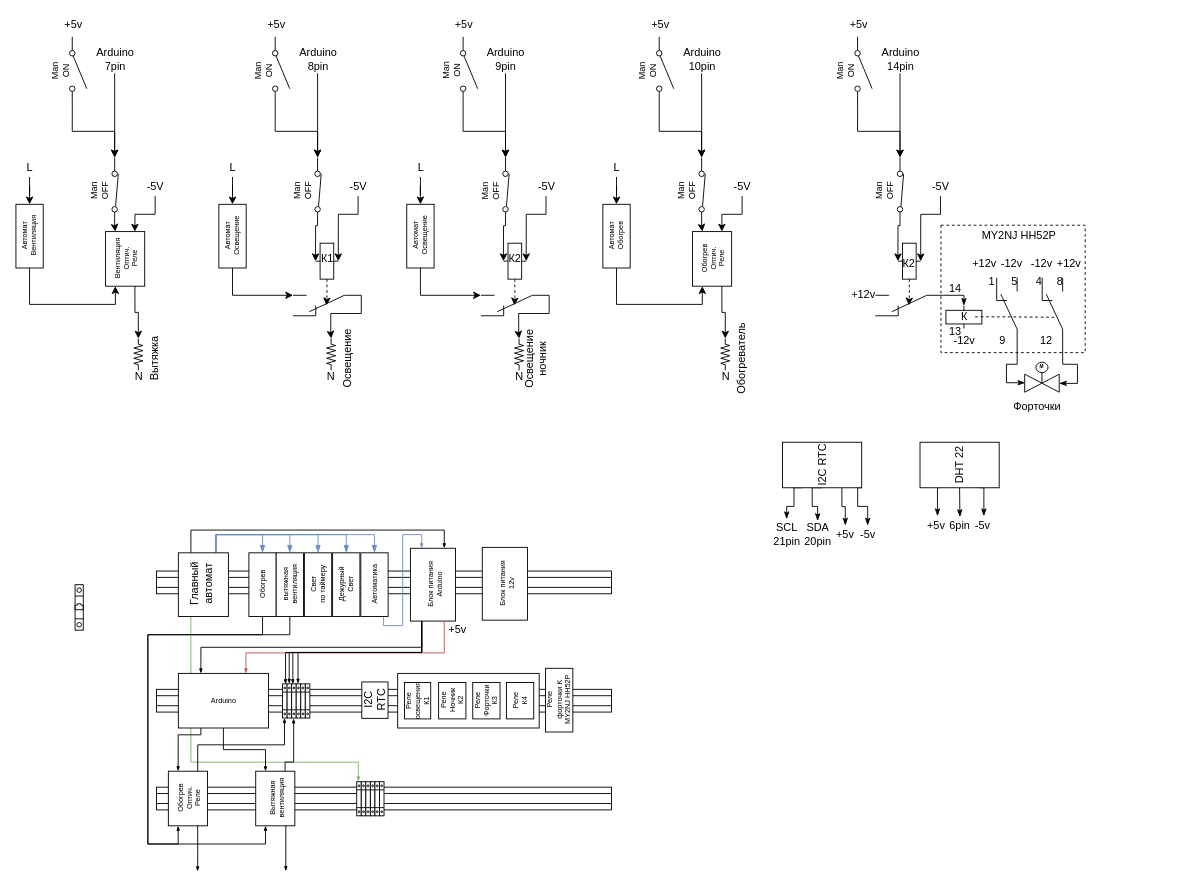
Before: Курятник.drawio in Johnystu/draw_io, a draw.io diagram. Source tidied: cells renumbered, new cells numbered last; positions are measured from the earlier drawing's top-left corner, leaving out a move shared by most shapes. Both pictures are drawn from the tidied source at 91%, with x=0, y=0 at pixel (2, 15).
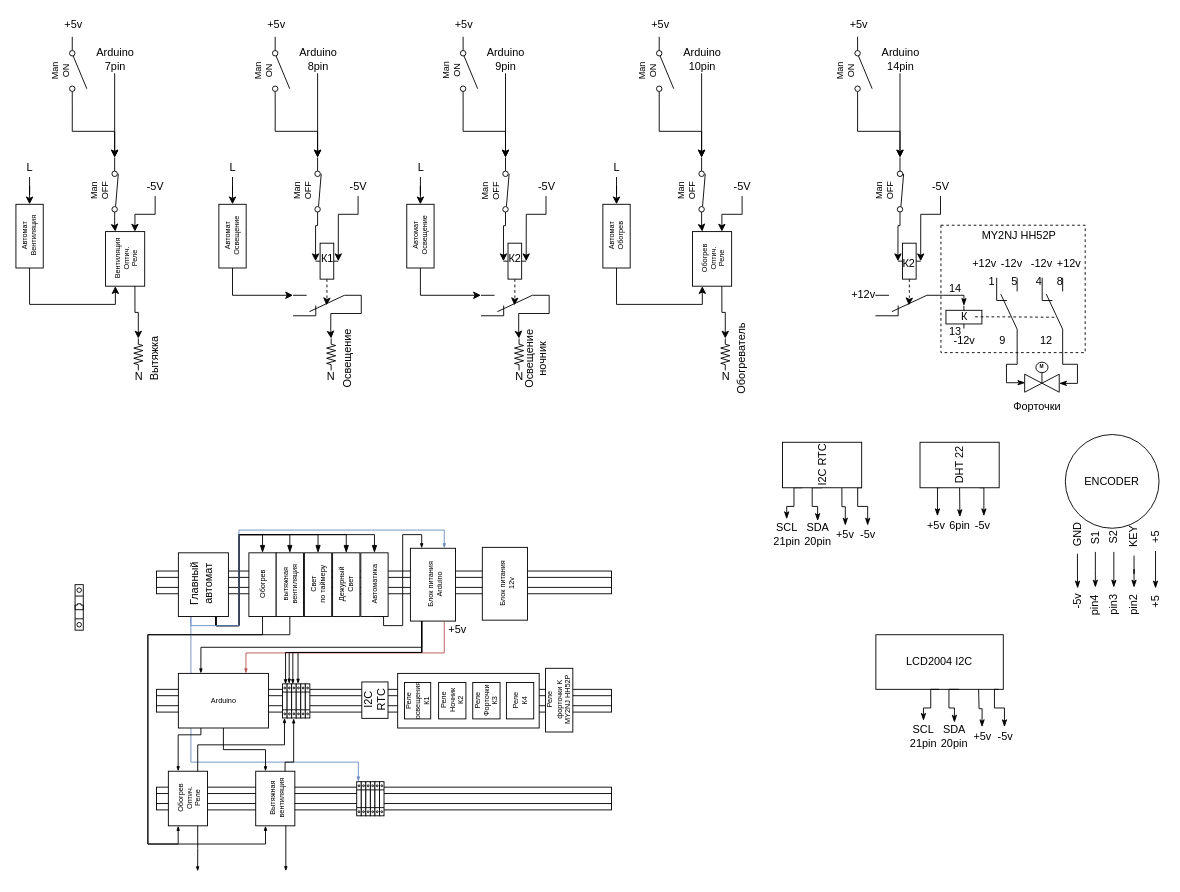
The same diagram, later.

Unchanged cells that the change refers to:
```xml
<mxCell id="6" style="rounded=0;whiteSpace=wrap;html=1;" parent="1" vertex="1">
  <mxGeometry x="271" y="590" width="30" height="70" as="geometry" />
</mxCell>
<mxCell id="15" style="rounded=0;whiteSpace=wrap;html=1;" parent="1" vertex="1">
  <mxGeometry x="193.5" y="590" width="55" height="70" as="geometry" />
</mxCell>
<mxCell id="17" style="rounded=0;whiteSpace=wrap;html=1;" parent="1" vertex="1">
  <mxGeometry x="332" y="590" width="30" height="70" as="geometry" />
</mxCell>
<mxCell id="20" style="rounded=0;whiteSpace=wrap;html=1;" parent="1" vertex="1">
  <mxGeometry x="301" y="590" width="30" height="70" as="geometry" />
</mxCell>
<mxCell id="22" style="rounded=0;whiteSpace=wrap;html=1;" parent="1" vertex="1">
  <mxGeometry x="363" y="590" width="30" height="70" as="geometry" />
</mxCell>
<mxCell id="29" style="rounded=0;whiteSpace=wrap;html=1;" parent="1" vertex="1">
  <mxGeometry x="394" y="590" width="30" height="70" as="geometry" />
</mxCell>
<mxCell id="32" style="rounded=0;whiteSpace=wrap;html=1;" parent="31" vertex="1">
  <mxGeometry x="7.5" width="49.6" height="80" as="geometry" />
</mxCell>
<mxCell id="51" style="verticalLabelPosition=bottom;dashed=0;shadow=0;html=1;align=center;verticalAlign=top;shape=mxgraph.cabinets.terminal_6_25mm2;fontSize=8;" parent="1" vertex="1">
  <mxGeometry x="389.5" y="841.5" width="5" height="37.5" as="geometry" />
</mxCell>
```

The edit, as a diff of the source:
```diff
@@
-    <mxCell id="8" style="edgeStyle=orthogonalEdgeStyle;rounded=0;jettySize=auto;html=1;exitX=0.75;exitY=0;exitDx=0;exitDy=0;endArrow=blockThin;endFill=1;entryX=0.5;entryY=0;entryDx=0;entryDy=0;fillColor=#dae8fc;strokeColor=#6c8ebf;" parent="1" edge="1" source="15" target="6">
+    <mxCell id="8" style="edgeStyle=orthogonalEdgeStyle;rounded=0;jettySize=auto;html=1;exitX=0.75;exitY=1;exitDx=0;exitDy=0;endArrow=blockThin;endFill=1;entryX=0.5;entryY=0;entryDx=0;entryDy=0;fillColor=#dae8fc;strokeColor=#000000;" parent="1" edge="1" source="15" target="6">
       <mxGeometry relative="1" as="geometry">
         <Array as="points">
-          <mxPoint x="235" y="570" />
+          <mxPoint x="235" y="670" />
+          <mxPoint x="260" y="670" />
+          <mxPoint x="260" y="570" />
           <mxPoint x="286" y="570" />
         </Array>
       </mxGeometry>
     </mxCell>
-    <mxCell id="9" style="edgeStyle=orthogonalEdgeStyle;rounded=0;jettySize=auto;html=1;exitX=0.75;exitY=0;exitDx=0;exitDy=0;entryX=0.5;entryY=0;entryDx=0;entryDy=0;endArrow=blockThin;endFill=1;fontSize=8;fillColor=#dae8fc;strokeColor=#6c8ebf;" parent="1" edge="1" source="15" target="20">
-      <mxGeometry relative="1" as="geometry" />
+    <mxCell id="9" style="edgeStyle=orthogonalEdgeStyle;rounded=0;jettySize=auto;html=1;exitX=0.75;exitY=1;exitDx=0;exitDy=0;entryX=0.5;entryY=0;entryDx=0;entryDy=0;endArrow=blockThin;endFill=1;fontSize=8;fillColor=#dae8fc;strokeColor=#000000;" parent="1" edge="1" source="15" target="20">
+      <mxGeometry relative="1" as="geometry">
+        <Array as="points">
+          <mxPoint x="235" y="670" />
+          <mxPoint x="260" y="670" />
+          <mxPoint x="260" y="570" />
+          <mxPoint x="316" y="570" />
+        </Array>
+      </mxGeometry>
     </mxCell>
-    <mxCell id="10" style="edgeStyle=orthogonalEdgeStyle;rounded=0;jettySize=auto;html=1;exitX=0.75;exitY=0;exitDx=0;exitDy=0;entryX=0.5;entryY=0;entryDx=0;entryDy=0;endArrow=blockThin;endFill=1;fontSize=8;fillColor=#dae8fc;strokeColor=#6c8ebf;" parent="1" edge="1" source="15" target="17">
-      <mxGeometry relative="1" as="geometry" />
+    <mxCell id="10" style="edgeStyle=orthogonalEdgeStyle;rounded=0;jettySize=auto;html=1;exitX=0.75;exitY=1;exitDx=0;exitDy=0;entryX=0.5;entryY=0;entryDx=0;entryDy=0;endArrow=blockThin;endFill=1;fontSize=8;fillColor=#dae8fc;strokeColor=#000000;" parent="1" edge="1" source="15" target="17">
+      <mxGeometry relative="1" as="geometry">
+        <Array as="points">
+          <mxPoint x="235" y="670" />
+          <mxPoint x="260" y="670" />
+          <mxPoint x="260" y="570" />
+          <mxPoint x="347" y="570" />
+        </Array>
+      </mxGeometry>
     </mxCell>
-    <mxCell id="11" style="edgeStyle=orthogonalEdgeStyle;rounded=0;jettySize=auto;html=1;exitX=0.75;exitY=0;exitDx=0;exitDy=0;entryX=0.5;entryY=0;entryDx=0;entryDy=0;endArrow=blockThin;endFill=1;fontSize=8;fillColor=#dae8fc;strokeColor=#6c8ebf;" parent="1" edge="1" source="15" target="22">
-      <mxGeometry relative="1" as="geometry" />
+    <mxCell id="11" style="edgeStyle=orthogonalEdgeStyle;rounded=0;jettySize=auto;html=1;exitX=0.75;exitY=1;exitDx=0;exitDy=0;entryX=0.5;entryY=0;entryDx=0;entryDy=0;endArrow=blockThin;endFill=1;fontSize=8;fillColor=#dae8fc;strokeColor=#000000;" parent="1" edge="1" source="15" target="22">
+      <mxGeometry relative="1" as="geometry">
+        <Array as="points">
+          <mxPoint x="235" y="670" />
+          <mxPoint x="260" y="670" />
+          <mxPoint x="260" y="570" />
+          <mxPoint x="378" y="570" />
+        </Array>
+      </mxGeometry>
     </mxCell>
-    <mxCell id="12" style="edgeStyle=orthogonalEdgeStyle;rounded=0;jettySize=auto;html=1;exitX=0.75;exitY=0;exitDx=0;exitDy=0;entryX=0.5;entryY=0;entryDx=0;entryDy=0;endArrow=blockThin;endFill=1;fontSize=8;fillColor=#dae8fc;strokeColor=#6c8ebf;" parent="1" edge="1" source="15" target="29">
-      <mxGeometry relative="1" as="geometry" />
+    <mxCell id="12" style="edgeStyle=orthogonalEdgeStyle;rounded=0;jettySize=auto;html=1;exitX=0.75;exitY=1;exitDx=0;exitDy=0;entryX=0.5;entryY=0;entryDx=0;entryDy=0;endArrow=blockThin;endFill=1;fontSize=8;fillColor=#dae8fc;strokeColor=#000000;" parent="1" edge="1" source="15" target="29">
+      <mxGeometry relative="1" as="geometry">
+        <Array as="points">
+          <mxPoint x="235" y="670" />
+          <mxPoint x="260" y="670" />
+          <mxPoint x="260" y="570" />
+          <mxPoint x="409" y="570" />
+        </Array>
+      </mxGeometry>
     </mxCell>
-    <mxCell id="13" style="edgeStyle=orthogonalEdgeStyle;rounded=0;jumpSize=3;jettySize=auto;html=1;exitX=0.25;exitY=0;exitDx=0;exitDy=0;entryX=0.75;entryY=0;entryDx=0;entryDy=0;startSize=3;endArrow=blockThin;endFill=1;endSize=3;fontSize=8;" parent="1" edge="1" source="15" target="32">
-      <mxGeometry relative="1" as="geometry" />
+    <mxCell id="13" style="edgeStyle=orthogonalEdgeStyle;rounded=0;jumpSize=3;jettySize=auto;html=1;exitX=0.25;exitY=1;exitDx=0;exitDy=0;entryX=0.75;entryY=0;entryDx=0;entryDy=0;startSize=3;endArrow=blockThin;endFill=1;endSize=3;fontSize=8;fillColor=#dae8fc;strokeColor=#6c8ebf;" parent="1" edge="1" source="15" target="32">
+      <mxGeometry relative="1" as="geometry">
+        <Array as="points">
+          <mxPoint x="207" y="670" />
+          <mxPoint x="260" y="670" />
+          <mxPoint x="260" y="565" />
+          <mxPoint x="486" y="565" />
+        </Array>
+      </mxGeometry>
     </mxCell>
-    <mxCell id="14" style="edgeStyle=orthogonalEdgeStyle;rounded=0;jumpSize=3;jettySize=auto;html=1;exitX=0.25;exitY=0;exitDx=0;exitDy=0;entryX=0.357;entryY=-0.006;entryDx=0;entryDy=0;entryPerimeter=0;startSize=3;endArrow=blockThin;endFill=1;endSize=3;fontSize=8;fillColor=#d5e8d4;strokeColor=#82b366;" parent="1" edge="1" source="15" target="51">
+    <mxCell id="14" style="edgeStyle=orthogonalEdgeStyle;rounded=0;jumpSize=3;jettySize=auto;html=1;exitX=0.25;exitY=1;exitDx=0;exitDy=0;entryX=0.357;entryY=-0.006;entryDx=0;entryDy=0;entryPerimeter=0;startSize=3;endArrow=blockThin;endFill=1;endSize=3;fontSize=8;fillColor=#dae8fc;strokeColor=#6c8ebf;" parent="1" edge="1" source="15" target="51">
       <mxGeometry relative="1" as="geometry">
         <Array as="points">
           <mxPoint x="207" y="820" />
           <mxPoint x="391" y="820" />
         </Array>
       </mxGeometry>
     </mxCell>
@@
-    <mxCell id="28" style="edgeStyle=orthogonalEdgeStyle;rounded=0;jettySize=auto;html=1;exitX=0.5;exitY=1;exitDx=0;exitDy=0;entryX=0.25;entryY=0;entryDx=0;entryDy=0;endArrow=blockThin;endFill=1;fontSize=8;endSize=3;startSize=3;jumpSize=3;fillColor=#dae8fc;strokeColor=#6c8ebf;" parent="1" edge="1" source="29" target="32">
+    <mxCell id="28" style="edgeStyle=orthogonalEdgeStyle;rounded=0;jettySize=auto;html=1;exitX=0.5;exitY=1;exitDx=0;exitDy=0;entryX=0.25;entryY=0;entryDx=0;entryDy=0;endArrow=blockThin;endFill=1;fontSize=8;endSize=3;startSize=3;jumpSize=3;fillColor=#dae8fc;strokeColor=#000000;" parent="1" edge="1" source="29" target="32">
       <mxGeometry relative="1" as="geometry">
         <Array as="points">
           <mxPoint x="419" y="670" />
           <mxPoint x="440" y="670" />
           <mxPoint x="440" y="570" />
           <mxPoint x="461" y="570" />
         </Array>
       </mxGeometry>
     </mxCell>
@@
+    <mxCell id="225" value="-5v" style="text;html=1;align=center;verticalAlign=middle;points=[];rotation=-90;" parent="1" vertex="1">
+      <mxGeometry x="1166.7" y="634.1" width="30" height="20" as="geometry" />
+    </mxCell>
+    <mxCell id="226" style="edgeStyle=orthogonalEdgeStyle;rounded=0;jettySize=auto;html=1;endArrow=classicThin;endFill=1;strokeColor=#000000;" parent="1" edge="1" source="227" target="239">
+      <mxGeometry relative="1" as="geometry" />
+    </mxCell>
+    <mxCell id="227" value="+5" style="text;html=1;align=center;verticalAlign=middle;points=[];rotation=-90;" parent="1" vertex="1">
+      <mxGeometry x="1252.3" y="563" width="30" height="20" as="geometry" />
+    </mxCell>
+    <mxCell id="228" style="edgeStyle=orthogonalEdgeStyle;rounded=0;jettySize=auto;html=1;endArrow=classicThin;endFill=1;strokeColor=#000000;" parent="1" edge="1" source="229" target="232">
+      <mxGeometry relative="1" as="geometry" />
+    </mxCell>
+    <mxCell id="229" value="KEY" style="text;html=1;align=center;verticalAlign=middle;points=[];rotation=-90;" parent="1" vertex="1">
+      <mxGeometry x="1223.7" y="563" width="40" height="20" as="geometry" />
+    </mxCell>
+    <mxCell id="230" style="edgeStyle=orthogonalEdgeStyle;rounded=0;jettySize=auto;html=1;endArrow=classicThin;endFill=1;strokeColor=#000000;" parent="1" edge="1" source="231" target="225">
+      <mxGeometry relative="1" as="geometry" />
+    </mxCell>
+    <mxCell id="231" value="GND" style="text;html=1;align=center;verticalAlign=middle;points=[];rotation=-90;" parent="1" vertex="1">
+      <mxGeometry x="1161.5" y="561" width="40" height="20" as="geometry" />
+    </mxCell>
+    <mxCell id="232" value="pin2" style="text;html=1;align=center;verticalAlign=middle;points=[];rotation=-90;" parent="1" vertex="1">
+      <mxGeometry x="1223.7" y="638.1" width="40" height="20" as="geometry" />
+    </mxCell>
+    <mxCell id="233" style="edgeStyle=orthogonalEdgeStyle;rounded=0;jettySize=auto;html=1;endArrow=classicThin;endFill=1;strokeColor=#000000;" parent="1" edge="1" source="234" target="237">
+      <mxGeometry relative="1" as="geometry" />
+    </mxCell>
+    <mxCell id="234" value="S1" style="text;html=1;align=center;verticalAlign=middle;points=[];rotation=-90;" parent="1" vertex="1">
+      <mxGeometry x="1186.2" y="564" width="30" height="20" as="geometry" />
+    </mxCell>
+    <mxCell id="235" style="edgeStyle=orthogonalEdgeStyle;rounded=0;jettySize=auto;html=1;endArrow=classicThin;endFill=1;strokeColor=#000000;" parent="1" edge="1" source="236" target="238">
+      <mxGeometry relative="1" as="geometry" />
+    </mxCell>
+    <mxCell id="236" value="S2" style="text;html=1;align=center;verticalAlign=middle;points=[];rotation=-90;" parent="1" vertex="1">
+      <mxGeometry x="1206.5" y="564" width="30" height="20" as="geometry" />
+    </mxCell>
+    <mxCell id="237" value="pin4" style="text;html=1;align=center;verticalAlign=middle;points=[];rotation=-90;" parent="1" vertex="1">
+      <mxGeometry x="1181.2" y="638.1" width="40" height="20" as="geometry" />
+    </mxCell>
+    <mxCell id="238" value="pin3" style="text;html=1;align=center;verticalAlign=middle;points=[];rotation=-90;" parent="1" vertex="1">
+      <mxGeometry x="1201.5" y="638.1" width="40" height="20" as="geometry" />
+    </mxCell>
+    <mxCell id="239" value="+5" style="text;html=1;align=center;verticalAlign=middle;points=[];rotation=-90;" parent="1" vertex="1">
+      <mxGeometry x="1252.3" y="634.1" width="30" height="20" as="geometry" />
+    </mxCell>
+    <mxCell id="240" value="ENCODER" style="ellipse;whiteSpace=wrap;html=1;fillColor=none;" parent="1" vertex="1">
+      <mxGeometry x="1168.2" y="460" width="103" height="103" as="geometry" />
+    </mxCell>
+    <mxCell id="241" value="LCD2004 I2C" style="rounded=0;whiteSpace=wrap;html=1;fillColor=none;" parent="1" vertex="1">
+      <mxGeometry x="960" y="680" width="140" height="60" as="geometry" />
+    </mxCell>
+    <mxCell id="242" style="edgeStyle=orthogonalEdgeStyle;rounded=0;jettySize=auto;html=1;exitX=0;exitY=1;exitDx=0;exitDy=0;endArrow=classicThin;endFill=1;" parent="1" edge="1" target="246">
+      <mxGeometry relative="1" as="geometry">
+        <mxPoint x="1094.7" y="740" as="sourcePoint" />
+        <Array as="points">
+          <mxPoint x="1090.3" y="740.5" />
+          <mxPoint x="1090.3" y="760.5" />
+          <mxPoint x="1101.3" y="760.5" />
+        </Array>
+      </mxGeometry>
+    </mxCell>
+    <mxCell id="243" style="edgeStyle=orthogonalEdgeStyle;rounded=0;jettySize=auto;html=1;exitX=0;exitY=0.75;exitDx=0;exitDy=0;endArrow=classicThin;endFill=1;" parent="1" edge="1" target="247">
+      <mxGeometry relative="1" as="geometry">
+        <mxPoint x="1072.9" y="740" as="sourcePoint" />
+      </mxGeometry>
+    </mxCell>
+    <mxCell id="244" style="edgeStyle=orthogonalEdgeStyle;rounded=0;jettySize=auto;html=1;exitX=0;exitY=0.5;exitDx=0;exitDy=0;endArrow=classicThin;endFill=1;" parent="1" edge="1" target="248">
+      <mxGeometry relative="1" as="geometry">
+        <mxPoint x="1051.2" y="740" as="sourcePoint" />
+        <Array as="points">
+          <mxPoint x="1040.3" y="740.5" />
+          <mxPoint x="1040.3" y="760.5" />
+          <mxPoint x="1046.3" y="760.5" />
+        </Array>
+      </mxGeometry>
+    </mxCell>
+    <mxCell id="245" style="edgeStyle=orthogonalEdgeStyle;rounded=0;jettySize=auto;html=1;exitX=0;exitY=0.25;exitDx=0;exitDy=0;entryX=0.5;entryY=-0.067;entryDx=0;entryDy=0;entryPerimeter=0;endArrow=classicThin;endFill=1;" parent="1" edge="1" target="249">
+      <mxGeometry relative="1" as="geometry">
+        <mxPoint x="1029.4" y="740" as="sourcePoint" />
+        <Array as="points">
+          <mxPoint x="1020.3" y="740.5" />
+          <mxPoint x="1020.3" y="760.5" />
+          <mxPoint x="1012.3" y="760.5" />
+        </Array>
+      </mxGeometry>
+    </mxCell>
+    <mxCell id="246" value="-5v" style="text;html=1;align=center;verticalAlign=middle;points=[];" parent="1" vertex="1">
+      <mxGeometry x="1086.7" y="781.5" width="30" height="20" as="geometry" />
+    </mxCell>
+    <mxCell id="247" value="+5v" style="text;html=1;align=center;verticalAlign=middle;points=[];" parent="1" vertex="1">
+      <mxGeometry x="1061.7" y="781.5" width="30" height="20" as="geometry" />
+    </mxCell>
+    <mxCell id="248" value="&lt;div&gt;SDA&lt;/div&gt;&lt;div&gt;20pin&lt;br&gt;&lt;/div&gt;" style="text;html=1;align=center;verticalAlign=middle;points=[];" parent="1" vertex="1">
+      <mxGeometry x="1021.2" y="776.5" width="50" height="30" as="geometry" />
+    </mxCell>
+    <mxCell id="249" value="&lt;div&gt;SCL&lt;/div&gt;&lt;div&gt;21pin&lt;br&gt;&lt;/div&gt;" style="text;html=1;align=center;verticalAlign=middle;points=[];" parent="1" vertex="1">
+      <mxGeometry x="987.3" y="776.5" width="50" height="30" as="geometry" />
+    </mxCell>
```
